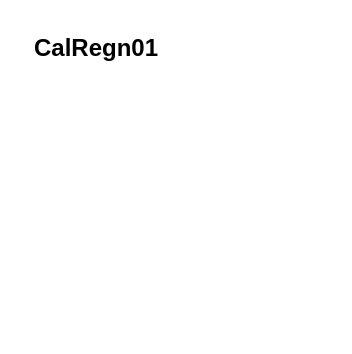
herder883/test keeps this draw.io diagram as Untitled Diagram.drawio. Above is the earlier version. Source tidied: cells renumbered, new cells numbered last; positions are measured from the earlier drawing's top-left corner, leaving out a move shared by most shapes. Both pictures are drawn from the tidied source at 200%, with x=0, y=0 at pixel (76, 38).
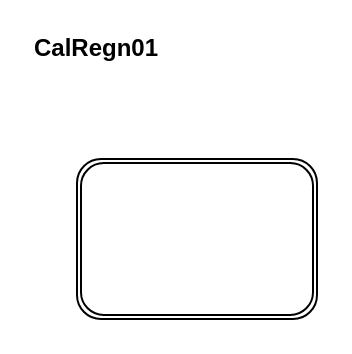
The same diagram, later.

The edit, as a diff of the source:
```diff
@@
 <mxGraphModel>
   <root>
     <mxCell id="0" />
     <mxCell id="1" parent="0" />
     <mxCell id="2" value="&lt;span style=&quot;font-weight: 700&quot;&gt;CalRegn01&lt;/span&gt;" style="text;html=1;strokeColor=none;fillColor=none;align=center;verticalAlign=middle;whiteSpace=wrap;rounded=0;" parent="1" vertex="1">
       <mxGeometry width="20" height="10" as="geometry" />
     </mxCell>
+    <mxCell id="3" style="shape=ext;double=1;rounded=1;whiteSpace=wrap;html=1;" parent="1" vertex="1">
+      <mxGeometry y="60" width="120" height="80" as="geometry" />
+    </mxCell>
   </root>
 </mxGraphModel>
```
